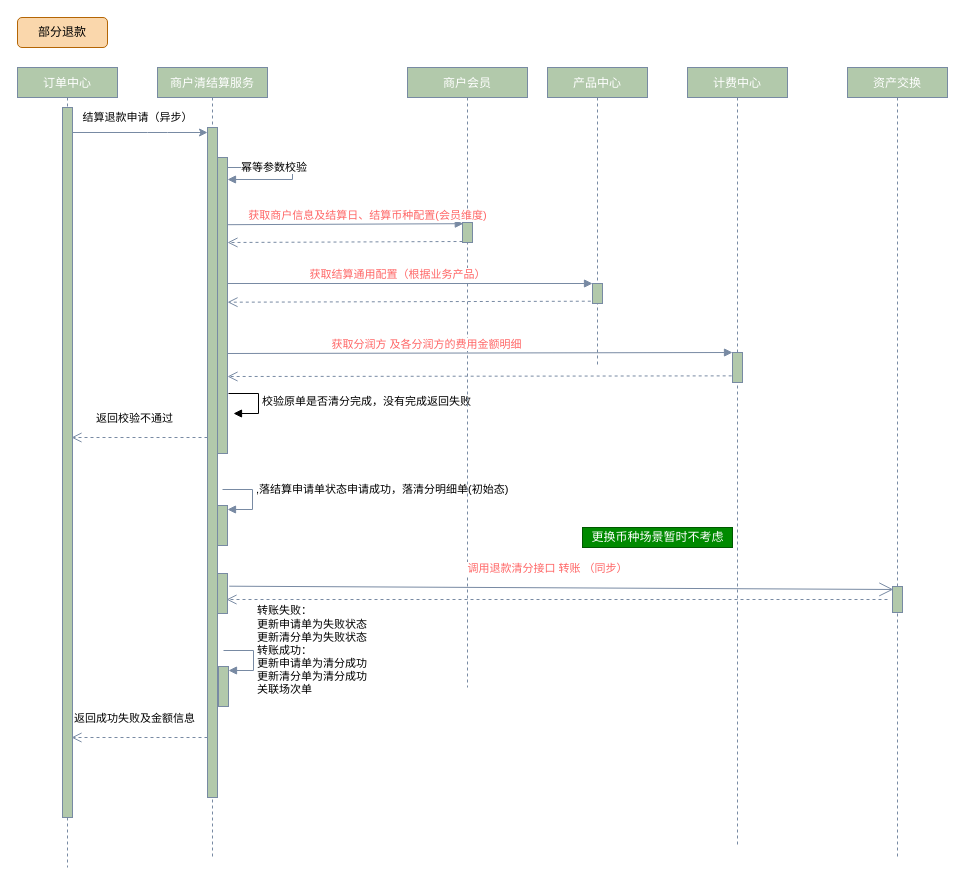
The draw.io diagram merchant-settle/结算部分退款.drawio in DominicElvira/Diagrams, before the edit. Source tidied: cells renumbered, new cells numbered last; positions are measured from the earlier drawing's top-left corner, leaving out a move shared by most shapes. Both pictures are drawn from the tidied source at 100%, with x=0, y=0 at pixel (17, 17).
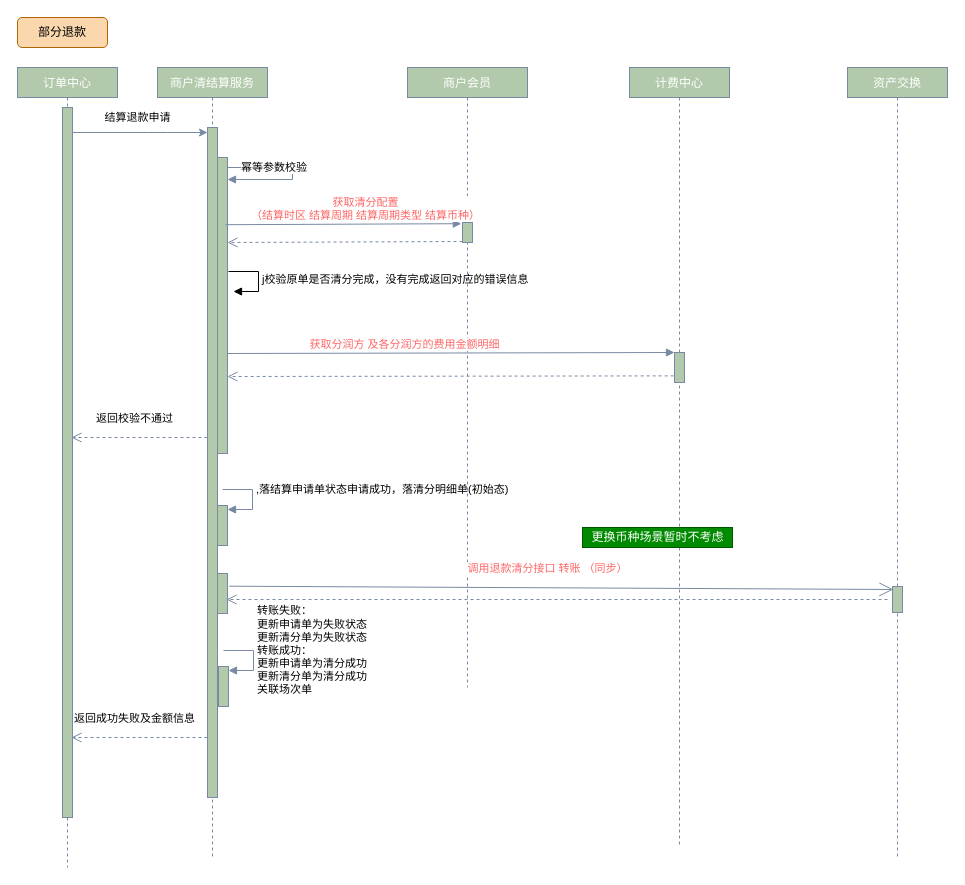
The same page after the edit.

Commit message (it also covers changes not shown here):
Update 结算部分退款.drawio

Unchanged cells that the change refers to:
```xml
<mxCell id="4" value="商户清结算服务" style="shape=umlLifeline;perimeter=lifelinePerimeter;shadow=0;strokeWidth=1;fillColor=#B2C9AB;strokeColor=#788AA3;fontColor=#FFFFFF;rounded=0;size=30;" parent="1" vertex="1">
  <mxGeometry x="140" y="50" width="110" height="790" as="geometry" />
</mxCell>
```

What changed in the source:
```diff
@@
-    <mxCell id="11" value="校验原单是否清分完成，没有完成返回失败" style="edgeStyle=orthogonalEdgeStyle;html=1;align=left;spacingLeft=2;endArrow=block;rounded=0;entryX=1;entryY=0;" parent="4" edge="1">
+    <mxCell id="11" value="j校验原单是否清分完成，没有完成返回对应的错误信息" style="edgeStyle=orthogonalEdgeStyle;html=1;align=left;spacingLeft=2;endArrow=block;rounded=0;entryX=1;entryY=0;" parent="4" edge="1">
       <mxGeometry relative="1" as="geometry">
-        <mxPoint x="71" y="326" as="sourcePoint" />
-        <mxPoint x="76" y="346" as="targetPoint" />
+        <mxPoint x="71" y="204" as="sourcePoint" />
+        <mxPoint x="76" y="224" as="targetPoint" />
         <Array as="points">
-          <mxPoint x="101" y="326" />
+          <mxPoint x="101" y="204" />
         </Array>
       </mxGeometry>
     </mxCell>
@@
     <mxCell id="13" value="计费中心" style="shape=umlLifeline;perimeter=lifelinePerimeter;shadow=0;strokeWidth=1;fillColor=#B2C9AB;strokeColor=#788AA3;fontColor=#FFFFFF;rounded=0;size=30;" parent="1" vertex="1">
-      <mxGeometry x="670" y="50" width="100" height="780" as="geometry" />
+      <mxGeometry x="612" y="50" width="100" height="780" as="geometry" />
     </mxCell>
@@
-    <mxCell id="20" value="&lt;font color=&quot;#000000&quot;&gt;&lt;font style=&quot;font-size: 11px ; line-height: 0.8&quot;&gt;结算退款申请（异步）&lt;/font&gt;&lt;br&gt;&lt;/font&gt;" style="text;html=1;align=center;verticalAlign=middle;fillColor=none;strokeColor=none;rounded=0;fontColor=#FFFFFF;" parent="1" vertex="1">
-      <mxGeometry x="50" y="90" width="140" height="20" as="geometry" />
+    <mxCell id="20" value="&lt;font color=&quot;#000000&quot;&gt;&lt;font style=&quot;font-size: 11px ; line-height: 0.8&quot;&gt;结算退款申请&lt;/font&gt;&lt;br&gt;&lt;/font&gt;" style="text;html=1;align=center;verticalAlign=middle;fillColor=none;strokeColor=none;rounded=0;fontColor=#FFFFFF;" parent="1" vertex="1">
+      <mxGeometry x="75" y="90" width="90" height="20" as="geometry" />
     </mxCell>
-    <mxCell id="21" value="&lt;font color=&quot;#ff6666&quot;&gt;获取商户信息及结算日、结算币种配置(会员维度)&lt;/font&gt;" style="html=1;verticalAlign=bottom;endArrow=block;fontSize=11;fontColor=#000000;strokeColor=#788AA3;fillColor=#B2C9AB;curved=0;entryX=0.083;entryY=0.058;entryDx=0;entryDy=0;entryPerimeter=0;strokeWidth=1;jumpStyle=none;" parent="1" edge="1">
+    <mxCell id="21" value="&lt;font color=&quot;#ff6666&quot;&gt;获取清分配置&lt;br&gt;（结算时区 结算周期 结算周期类型 结算币种）&lt;/font&gt;" style="html=1;verticalAlign=bottom;endArrow=block;fontSize=11;fontColor=#000000;strokeColor=#788AA3;fillColor=#B2C9AB;curved=0;entryX=0.083;entryY=0.058;entryDx=0;entryDy=0;entryPerimeter=0;strokeWidth=1;jumpStyle=none;" parent="1" edge="1">
       <mxGeometry x="0.19" relative="1" as="geometry">
-        <mxPoint x="210" y="207.2" as="sourcePoint" />
-        <mxPoint x="445.8" y="206.2" as="targetPoint" />
+        <mxPoint x="208" y="207.2" as="sourcePoint" />
+        <mxPoint x="443.8" y="206.2" as="targetPoint" />
       </mxGeometry>
     </mxCell>
@@
-    <mxCell id="23" value="产品中心" style="shape=umlLifeline;perimeter=lifelinePerimeter;shadow=0;strokeWidth=1;fillColor=#B2C9AB;strokeColor=#788AA3;fontColor=#FFFFFF;rounded=0;size=30;" parent="1" vertex="1">
-      <mxGeometry x="530" y="50" width="100" height="300" as="geometry" />
-    </mxCell>
-    <mxCell id="24" style="html=1;perimeter=orthogonalPerimeter;fontSize=11;fontColor=#000000;strokeColor=#788AA3;fillColor=#B2C9AB;" parent="23" vertex="1">
-      <mxGeometry x="45" y="216" width="10" height="20" as="geometry" />
-    </mxCell>
-    <mxCell id="25" value="&lt;font color=&quot;#ff6666&quot;&gt;获取结算通用配置（根据&lt;/font&gt;&lt;span style=&quot;color: rgb(255 , 102 , 102)&quot;&gt;业务产品&lt;/span&gt;&lt;font color=&quot;#ff6666&quot;&gt;）&lt;/font&gt;" style="html=1;verticalAlign=bottom;endArrow=block;entryX=0;entryY=0;fontSize=11;fontColor=#000000;strokeColor=#788AA3;fillColor=#B2C9AB;curved=0;jumpStyle=none;" parent="1" edge="1">
-      <mxGeometry x="-0.07" relative="1" as="geometry">
-        <mxPoint x="210" y="266" as="sourcePoint" />
-        <mxPoint x="575" y="266" as="targetPoint" />
-      </mxGeometry>
-    </mxCell>
-    <mxCell id="26" style="html=1;verticalAlign=bottom;endArrow=open;dashed=1;endSize=8;fontSize=11;fontColor=#000000;strokeColor=#788AA3;fillColor=#B2C9AB;curved=0;exitX=-0.167;exitY=0.933;exitDx=0;exitDy=0;exitPerimeter=0;" parent="1" edge="1">
-      <mxGeometry x="0.12" y="32" relative="1" as="geometry">
-        <mxPoint x="573.3" y="283.7" as="sourcePoint" />
-        <mxPoint x="210" y="284.7" as="targetPoint" />
-      </mxGeometry>
-    </mxCell>
```
